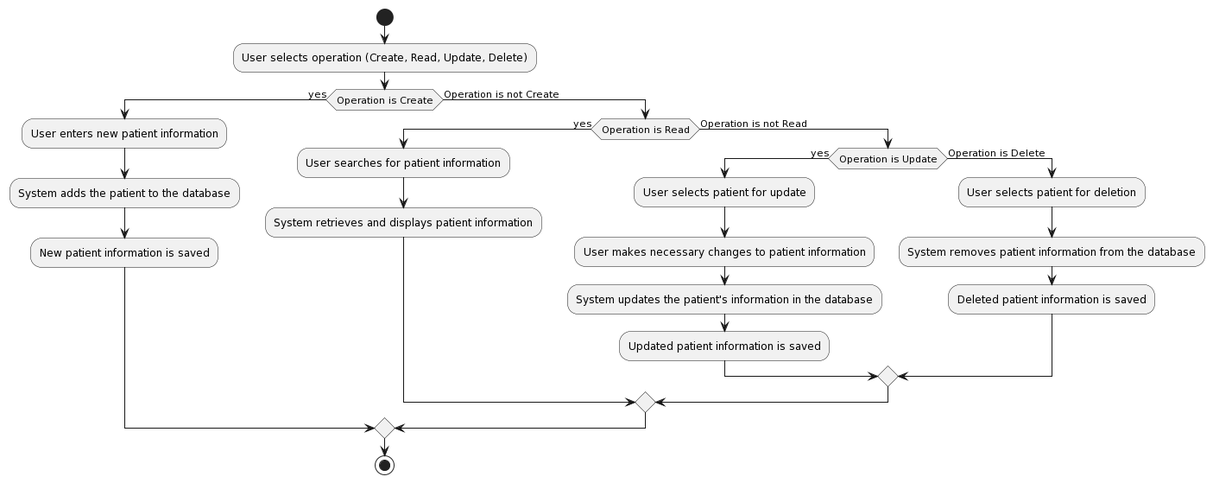
Earlier version of the PlantUML export Lab1.2/ActivityDiagram/CRUD Patient Info.png (baonehe/SE357-Pratice-class).
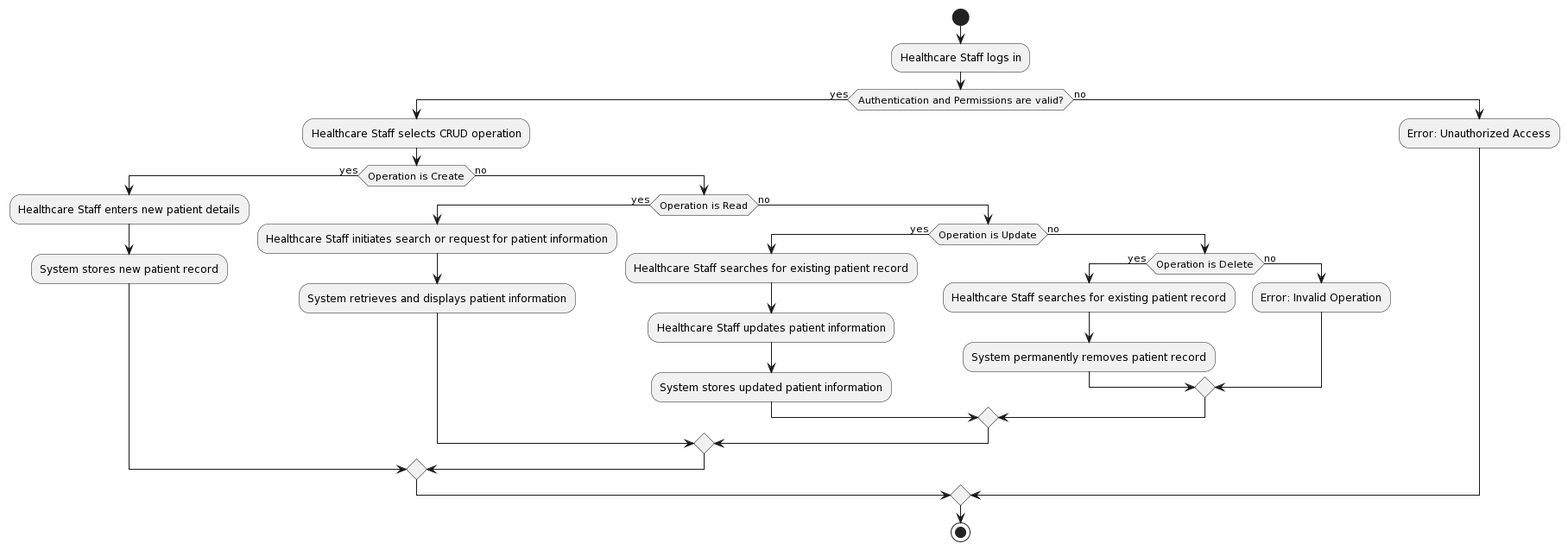
Later version of the same file.

Diff of the diagram source:
```diff
@@ -1,28 +1,37 @@
 @startuml
-!define CRUD_PATIENT_INFO <<(A,green) CRUD Patient Info>>
+skinparam activity {
+  BackgroundColor<<crud>> LightGoldenRodYellow
+  BorderColor<<crud>> GoldenRod
+}
 
 start
-:User selects operation (Create, Read, Update, Delete);
-if (Operation is Create) then (yes)
-  :User enters new patient information;
-  :System adds the patient to the database;
-  :New patient information is saved;
-else (Operation is not Create)
-  if (Operation is Read) then (yes)
-    :User searches for patient information;
-    :System retrieves and displays patient information;
-  else (Operation is not Read)
-    if (Operation is Update) then (yes)
-      :User selects patient for update;
-      :User makes necessary changes to patient information;
-      :System updates the patient's information in the database;
-      :Updated patient information is saved;
-    else (Operation is Delete)
-      :User selects patient for deletion;
-      :System removes patient information from the database;
-      :Deleted patient information is saved;
+:Healthcare Staff logs in;
+if (Authentication and Permissions are valid?) then (yes)
+  :Healthcare Staff selects CRUD operation;
+  if (Operation is Create) then (yes)
+    :Healthcare Staff enters new patient details;
+    :System stores new patient record;
+  else (no)
+    if (Operation is Read) then (yes)
+      :Healthcare Staff initiates search or request for patient information;
+      :System retrieves and displays patient information;
+    else (no)
+      if (Operation is Update) then (yes)
+        :Healthcare Staff searches for existing patient record;
+        :Healthcare Staff updates patient information;
+        :System stores updated patient information;
+      else (no)
+        if (Operation is Delete) then (yes)
+          :Healthcare Staff searches for existing patient record;
+          :System permanently removes patient record;
+        else (no)
+          :Error: Invalid Operation;
+        endif
+      endif
     endif
   endif
+else (no)
+  :Error: Unauthorized Access;
 endif
 stop
 @enduml
```
